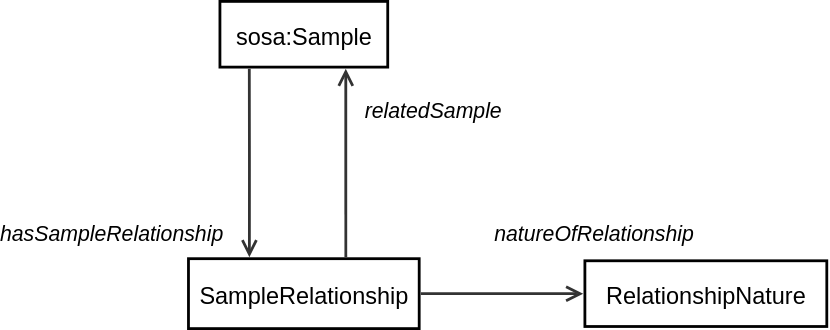
Earlier version of the draw.io export ssn/images/SampleRelations.svg (w3c/sdw-sosa-ssn). Source tidied: cells renumbered, new cells last; positions are measured from the earlier drawing's top-left corner, leaving out a move shared by most shapes.
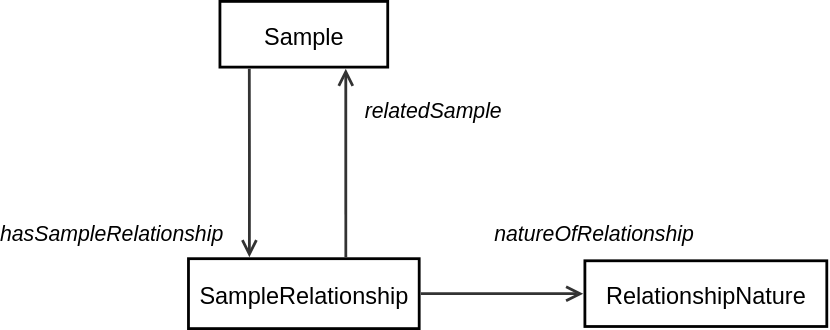
Above is the later version.

Commit message:
Remove prefix in Sample Relations diagram

Change to the diagram source:
```diff
@@ -5,7 +5,7 @@
     <mxCell id="2" value="natureOfRelationship" style="html=1;overflow=block;blockSpacing=1;whiteSpace=wrap;fontSize=15.2;fontColor=default;fontStyle=2;align=center;spacing=0;strokeColor=none;strokeOpacity=100;fillOpacity=100;fillColor=none;strokeWidth=2;lucidId=XE7gh~OT6mx1;convertToSvg=1;" parent="1" vertex="1">
       <mxGeometry x="355" y="142.5" width="135" height="45" as="geometry" />
     </mxCell>
-    <mxCell id="3" value="sosa:Sample" style="html=1;overflow=block;blockSpacing=1;whiteSpace=wrap;fontSize=16.8;align=center;spacing=0;strokeWidth=2;convertToSvg=1;" parent="1" vertex="1">
+    <mxCell id="3" value="Sample" style="html=1;overflow=block;blockSpacing=1;whiteSpace=wrap;fontSize=16.8;align=center;spacing=0;strokeWidth=2;convertToSvg=1;" parent="1" vertex="1">
       <mxGeometry x="155" width="120" height="47" as="geometry" />
     </mxCell>
     <mxCell id="4" value="RelationshipNature" style="html=1;overflow=block;blockSpacing=1;whiteSpace=wrap;fontSize=16.8;align=center;spacing=0;strokeWidth=2;convertToSvg=1;" parent="1" vertex="1">
```
